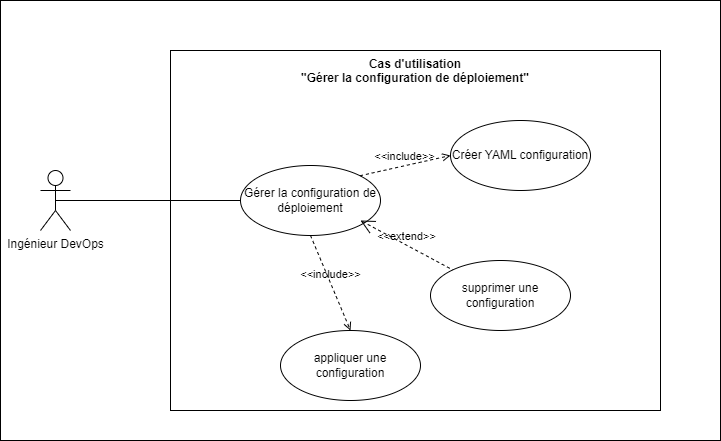
Earlier version of the draw.io export UserCase3.drawio.png (rayenbch/rapport). Source tidied: cells renumbered, new cells last; positions are measured from the earlier drawing's top-left corner, leaving out a move shared by most shapes. The source it was exported from:
```xml
<mxGraphModel>
  <root>
    <mxCell id="0" />
    <mxCell id="1" parent="0" />
    <mxCell id="2" style="rounded=0;whiteSpace=wrap;html=1;fillColor=none;" parent="1" vertex="1">
      <mxGeometry width="720" height="440" as="geometry" />
    </mxCell>
    <mxCell id="3" value="Cas d'utilisation&lt;br&gt;&quot;Gérer la configuration de déploiement&quot;" style="shape=rect;html=1;verticalAlign=top;fontStyle=1;whiteSpace=wrap;align=center;gradientColor=default;fillColor=none;" parent="1" vertex="1">
      <mxGeometry x="170" y="50" width="490" height="360" as="geometry" />
    </mxCell>
    <mxCell id="4" value="Ingénieur DevOps" style="shape=umlActor;html=1;verticalLabelPosition=bottom;verticalAlign=top;align=center;" parent="1" vertex="1">
      <mxGeometry x="40" y="170" width="30" height="60" as="geometry" />
    </mxCell>
    <mxCell id="5" value="Gérer la configuration de déploiement" style="ellipse;whiteSpace=wrap;html=1;" parent="1" vertex="1">
      <mxGeometry x="240" y="165" width="140" height="70" as="geometry" />
    </mxCell>
    <mxCell id="6" value="appliquer une configuration" style="ellipse;whiteSpace=wrap;html=1;" parent="1" vertex="1">
      <mxGeometry x="280" y="330" width="140" height="70" as="geometry" />
    </mxCell>
    <mxCell id="7" value="Créer YAML configuration" style="ellipse;whiteSpace=wrap;html=1;" parent="1" vertex="1">
      <mxGeometry x="450" y="120" width="140" height="70" as="geometry" />
    </mxCell>
    <mxCell id="8" style="edgeStyle=none;html=1;endArrow=none;verticalAlign=bottom;rounded=0;exitX=0.5;exitY=0.5;exitDx=0;exitDy=0;exitPerimeter=0;entryX=0;entryY=0.5;entryDx=0;entryDy=0;" parent="1" edge="1" source="4" target="5">
      <mxGeometry relative="1" as="geometry" />
    </mxCell>
    <mxCell id="9" value="supprimer une configuration" style="ellipse;whiteSpace=wrap;html=1;" parent="1" vertex="1">
      <mxGeometry x="430" y="260" width="140" height="70" as="geometry" />
    </mxCell>
    <mxCell id="10" value="&amp;lt;&amp;lt;extend&amp;gt;&amp;gt;" style="edgeStyle=none;html=1;startArrow=open;endArrow=none;startSize=12;verticalAlign=bottom;dashed=1;labelBackgroundColor=none;rounded=0;" parent="1" edge="1" target="9">
      <mxGeometry relative="1" as="geometry">
        <mxPoint x="360" y="220" as="sourcePoint" />
      </mxGeometry>
    </mxCell>
    <mxCell id="11" value="&amp;lt;&amp;lt;include&amp;gt;&amp;gt;" style="edgeStyle=none;html=1;endArrow=open;verticalAlign=bottom;dashed=1;labelBackgroundColor=none;rounded=0;entryX=0.5;entryY=0;entryDx=0;entryDy=0;exitX=0.5;exitY=1;exitDx=0;exitDy=0;" parent="1" edge="1" source="5" target="6">
      <mxGeometry relative="1" as="geometry" />
    </mxCell>
    <mxCell id="12" value="&amp;lt;&amp;lt;include&amp;gt;&amp;gt;" style="edgeStyle=none;html=1;endArrow=open;verticalAlign=bottom;dashed=1;labelBackgroundColor=none;rounded=0;entryX=0;entryY=0.5;entryDx=0;entryDy=0;exitX=1;exitY=0;exitDx=0;exitDy=0;" parent="1" edge="1" source="5" target="7">
      <mxGeometry relative="1" as="geometry" />
    </mxCell>
  </root>
</mxGraphModel>
```
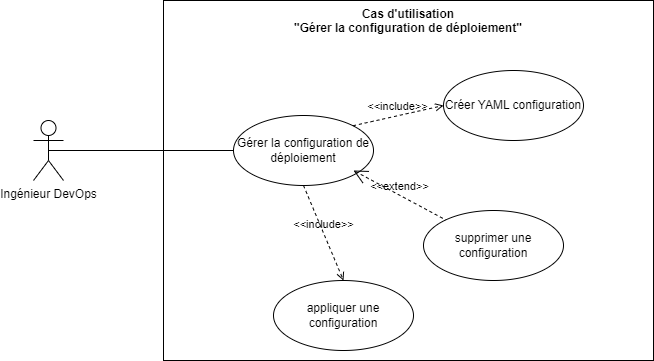
Later version of the same file.

What changed in the source:
```diff
@@ -2,9 +2,6 @@
   <root>
     <mxCell id="0" />
     <mxCell id="1" parent="0" />
-    <mxCell id="2" style="rounded=0;whiteSpace=wrap;html=1;fillColor=none;" parent="1" vertex="1">
-      <mxGeometry width="720" height="440" as="geometry" />
-    </mxCell>
     <mxCell id="3" value="Cas d'utilisation&lt;br&gt;&quot;Gérer la configuration de déploiement&quot;" style="shape=rect;html=1;verticalAlign=top;fontStyle=1;whiteSpace=wrap;align=center;gradientColor=default;fillColor=none;" parent="1" vertex="1">
       <mxGeometry x="170" y="50" width="490" height="360" as="geometry" />
     </mxCell>
```
